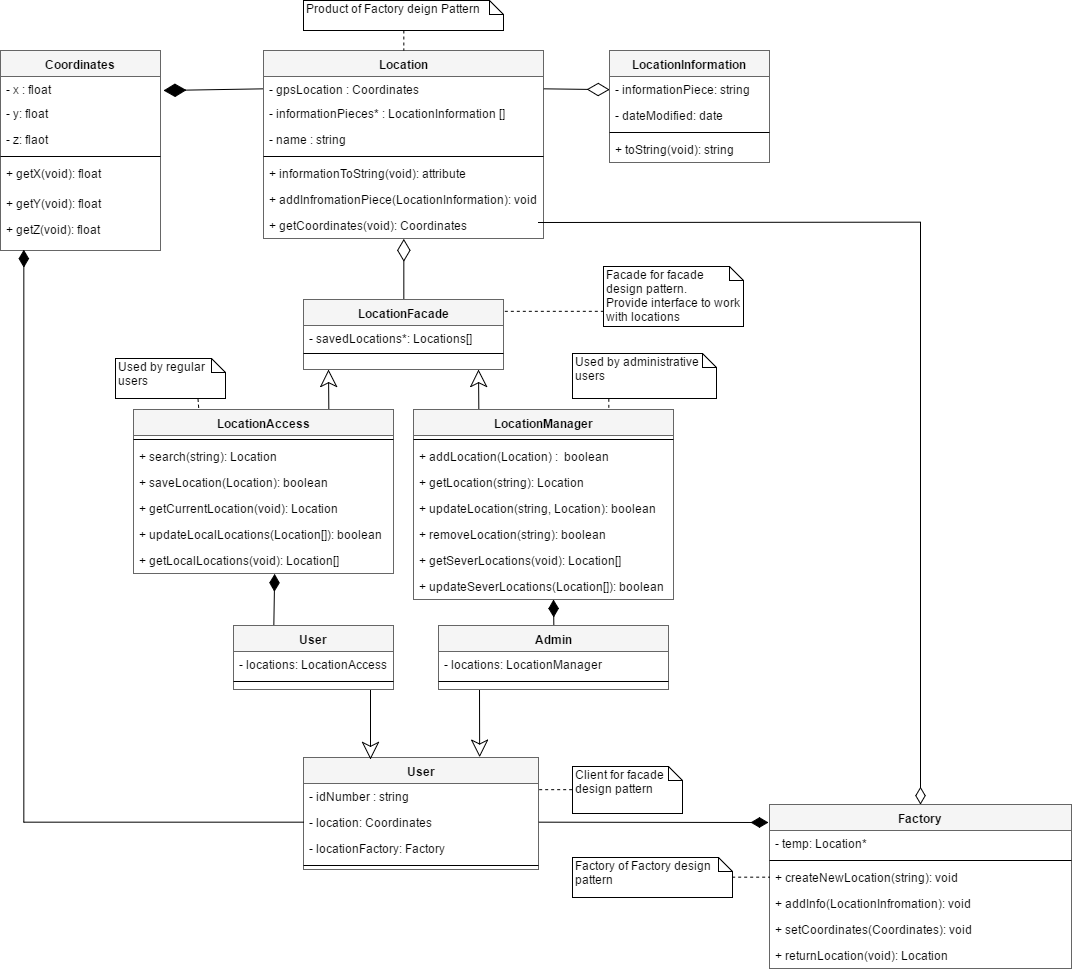
The draw.io diagram PoI_Class.png in Chris19951225/COS-301-Team-Algol, before a commit. Source tidied: cells renumbered, new cells last; positions are measured from the earlier drawing's top-left corner, leaving out a move shared by most shapes.
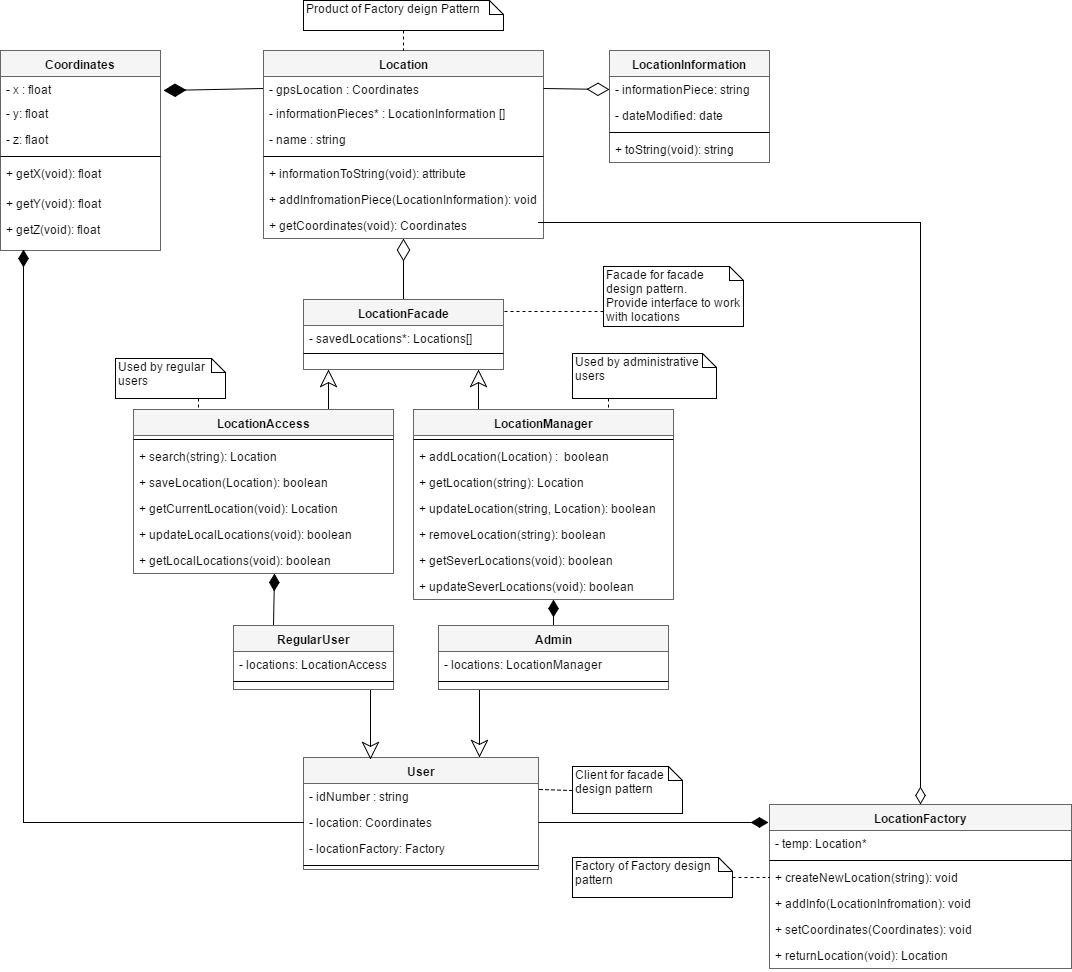
Above is the later version.

Diff of the diagram source:
```diff
@@ -111,10 +111,10 @@
     <mxCell id="36" value="+ getCurrentLocation(void): Location" style="text;html=1;strokeColor=none;fillColor=none;align=left;verticalAlign=top;spacingLeft=4;spacingRight=4;whiteSpace=wrap;overflow=hidden;" parent="32" vertex="1">
       <mxGeometry y="86" width="260" height="26" as="geometry" />
     </mxCell>
-    <mxCell id="37" value="+ updateLocalLocations(Location[]): boolean" style="text;html=1;strokeColor=none;fillColor=none;align=left;verticalAlign=top;spacingLeft=4;spacingRight=4;whiteSpace=wrap;overflow=hidden;" parent="32" vertex="1">
+    <mxCell id="37" value="+ updateLocalLocations(void): boolean" style="text;html=1;strokeColor=none;fillColor=none;align=left;verticalAlign=top;spacingLeft=4;spacingRight=4;whiteSpace=wrap;overflow=hidden;" parent="32" vertex="1">
       <mxGeometry y="112" width="260" height="26" as="geometry" />
     </mxCell>
-    <mxCell id="38" value="+ getLocalLocations(void): Location[]" style="text;html=1;strokeColor=none;fillColor=none;align=left;verticalAlign=top;spacingLeft=4;spacingRight=4;whiteSpace=wrap;overflow=hidden;points=[[0,0.5],[1,0.5]];portConstraint=eastwest;" parent="32" vertex="1">
+    <mxCell id="38" value="+ getLocalLocations(void): boolean" style="text;html=1;strokeColor=none;fillColor=none;align=left;verticalAlign=top;spacingLeft=4;spacingRight=4;whiteSpace=wrap;overflow=hidden;points=[[0,0.5],[1,0.5]];portConstraint=eastwest;" parent="32" vertex="1">
       <mxGeometry y="138" width="260" height="26" as="geometry" />
     </mxCell>
     <mxCell id="39" style="edgeStyle=none;rounded=0;html=1;exitX=0.25;exitY=0;endArrow=classic;endFill=0;endSize=15;jettySize=auto;strokeWidth=1;" parent="1" edge="1" source="40">
@@ -140,10 +140,10 @@
     <mxCell id="45" value="+ removeLocation(string): boolean" style="text;html=1;strokeColor=none;fillColor=none;align=left;verticalAlign=top;spacingLeft=4;spacingRight=4;whiteSpace=wrap;overflow=hidden;" parent="40" vertex="1">
       <mxGeometry y="112" width="260" height="26" as="geometry" />
     </mxCell>
-    <mxCell id="46" value="+ getSeverLocations(void): Location[]" style="text;html=1;strokeColor=none;fillColor=none;align=left;verticalAlign=top;spacingLeft=4;spacingRight=4;whiteSpace=wrap;overflow=hidden;" parent="40" vertex="1">
+    <mxCell id="46" value="+ getSeverLocations(void): boolean" style="text;html=1;strokeColor=none;fillColor=none;align=left;verticalAlign=top;spacingLeft=4;spacingRight=4;whiteSpace=wrap;overflow=hidden;" parent="40" vertex="1">
       <mxGeometry y="138" width="260" height="26" as="geometry" />
     </mxCell>
-    <mxCell id="47" value="+ updateSeverLocations(Location[]): boolean" style="text;html=1;strokeColor=none;fillColor=none;align=left;verticalAlign=top;spacingLeft=4;spacingRight=4;whiteSpace=wrap;overflow=hidden;" parent="40" vertex="1">
+    <mxCell id="47" value="+ updateSeverLocations(void): boolean" style="text;html=1;strokeColor=none;fillColor=none;align=left;verticalAlign=top;spacingLeft=4;spacingRight=4;whiteSpace=wrap;overflow=hidden;" parent="40" vertex="1">
       <mxGeometry y="164" width="260" height="26" as="geometry" />
     </mxCell>
     <mxCell id="48" style="rounded=0;html=1;exitX=0;exitY=0.5;entryX=0.998;entryY=0.231;endArrow=none;endFill=0;endSize=15;jettySize=auto;strokeWidth=1;dashed=1;entryPerimeter=0;" parent="1" edge="1" source="49" target="55">
@@ -215,7 +215,7 @@
     <mxCell id="66" style="edgeStyle=none;rounded=0;html=1;exitX=0.25;exitY=0;endArrow=diamondThin;endFill=1;endSize=15;jettySize=auto;strokeWidth=1;entryX=0.543;entryY=1.013;entryPerimeter=0;" parent="1" edge="1" source="67" target="38">
       <mxGeometry relative="1" as="geometry" />
     </mxCell>
-    <mxCell id="67" value="User" style="swimlane;html=1;fontStyle=1;align=center;verticalAlign=top;horizontal=1;startSize=26;swimlaneFillColor=#ffffff;fillColor=#f5f5f5;strokeColor=#666666;" parent="1" vertex="1">
+    <mxCell id="67" value="RegularUser" style="swimlane;html=1;fontStyle=1;align=center;verticalAlign=top;horizontal=1;startSize=26;swimlaneFillColor=#ffffff;fillColor=#f5f5f5;strokeColor=#666666;" parent="1" vertex="1">
       <mxGeometry x="233" y="625" width="160" height="64" as="geometry" />
     </mxCell>
     <mxCell id="68" value="- locations: LocationAccess" style="text;html=1;strokeColor=none;fillColor=none;align=left;verticalAlign=top;spacingLeft=4;spacingRight=4;whiteSpace=wrap;overflow=hidden;" parent="67" vertex="1">
@@ -224,7 +224,7 @@
     <mxCell id="69" style="line;html=1;strokeWidth=1;fillColor=none;align=left;verticalAlign=middle;spacingTop=-1;spacingLeft=3;spacingRight=3;labelPosition=right;" parent="67" vertex="1">
       <mxGeometry y="52" width="160" height="8" as="geometry" />
     </mxCell>
-    <mxCell id="70" value="Factory" style="swimlane;html=1;fontStyle=1;align=center;verticalAlign=top;horizontal=1;startSize=26;swimlaneFillColor=#ffffff;fillColor=#f5f5f5;strokeColor=#666666;" parent="1" vertex="1">
+    <mxCell id="70" value="LocationFactory" style="swimlane;html=1;fontStyle=1;align=center;verticalAlign=top;horizontal=1;startSize=26;swimlaneFillColor=#ffffff;fillColor=#f5f5f5;strokeColor=#666666;" parent="1" vertex="1">
       <mxGeometry x="769" y="804" width="302" height="164" as="geometry" />
     </mxCell>
     <mxCell id="71" value="- temp: Location*" style="text;html=1;strokeColor=none;fillColor=none;align=left;verticalAlign=top;spacingLeft=4;spacingRight=4;whiteSpace=wrap;overflow=hidden;" parent="70" vertex="1">
```
